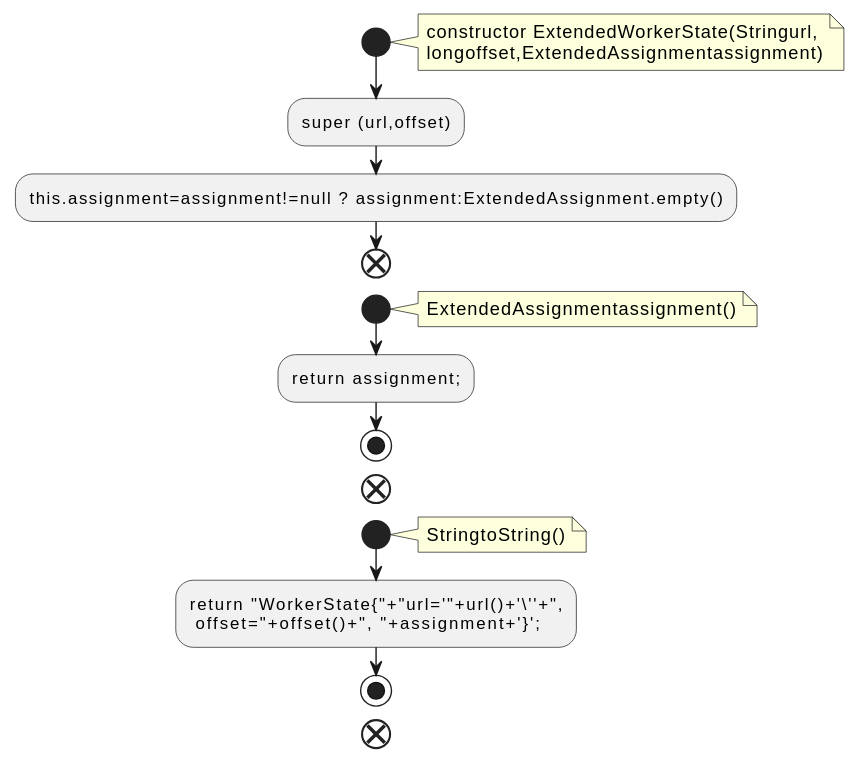
qualitesys/kafka keeps this PlantUML diagram as docs/qc/connect/runtime/src/main/java/org/apache/kafka/connect/runtime/distributed/ExtendedWorkerState.java.fct.svg. Above is the earlier version.
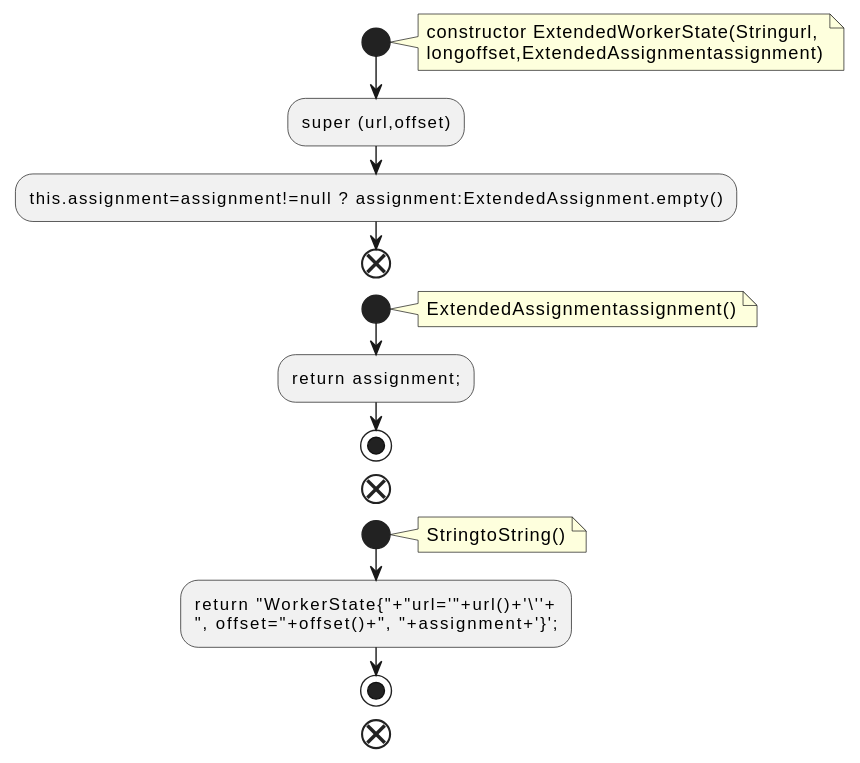
Above is the later version.

Change to the diagram source:
```diff
@@ -19,8 +19,8 @@
 note right
 StringtoString()
 end note
-:return "WorkerState{"+"url='"+url()+'\''+",
- offset="+offset()+", "+assignment+'}';;
+:return "WorkerState{"+"url='"+url()+'\''+
+", offset="+offset()+", "+assignment+'}';;
 stop
 end
 @enduml
```
